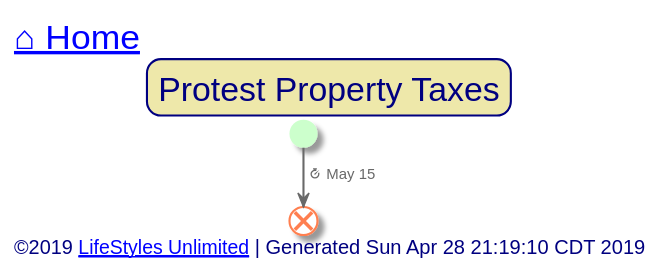
Above: out/src/single-family/protest-property-taxes.svg in toddmo/lifestylesunlimited (PlantUML), before the change.
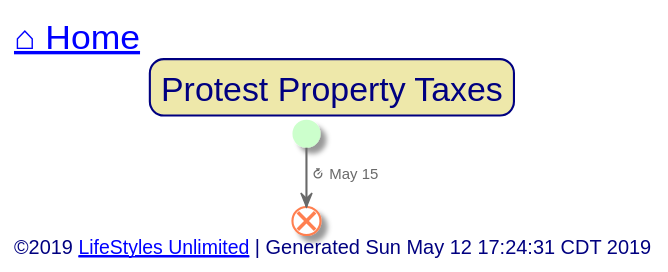
After the commit.

Change to the diagram source:
```diff
@@ -88,7 +88,7 @@
 
 
 left footer
-	<font size=14>©2019 [[http://www.lifestylesunlimited.com LifeStyles Unlimited]] | Generated Sun Apr 28 21:19:10 CDT 2019</font>
+	<font size=14>©2019 [[http://www.lifestylesunlimited.com LifeStyles Unlimited]] | Generated Sun May 12 17:24:31 CDT 2019</font>
 endfooter
 
 
```
